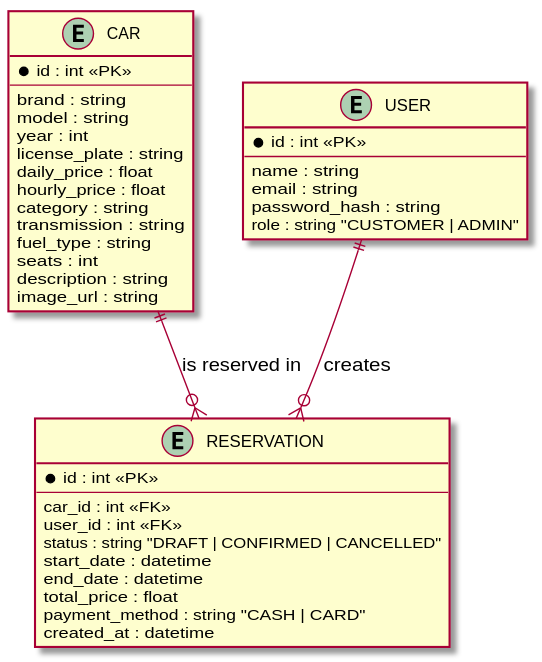
The PlantUML diagram docs/diagrams/er-current.svg in DavidMagyarics/CarRentalVSB, before a commit.
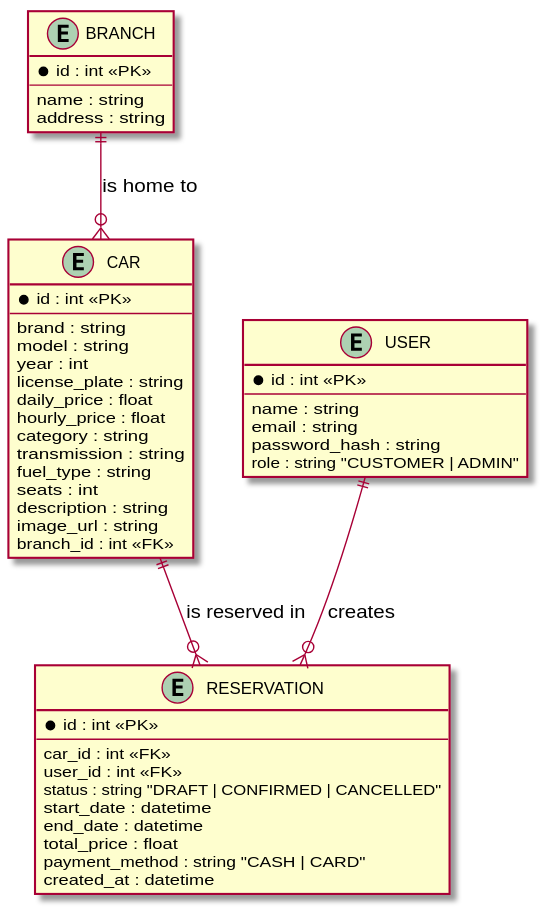
Above is the later version.

What changed in the source:
```diff
@@ -1,5 +1,12 @@
 @startuml er-current
 skinparam backgroundColor white
+
+entity "BRANCH" as BRANCH {
+  * id : int <<PK>>
+  --
+  name : string
+  address : string
+}
 
 entity "CAR" as CAR {
   * id : int <<PK>>
@@ -16,6 +23,7 @@
   seats : int
   description : string
   image_url : string
+  branch_id : int <<FK>>
 }
 
 entity "USER" as USER {
@@ -42,4 +50,5 @@
 
 CAR ||--o{ RESERVATION : "is reserved in"
 USER ||--o{ RESERVATION : "creates"
+BRANCH ||--o{ CAR : "is home to"
 @enduml
```
